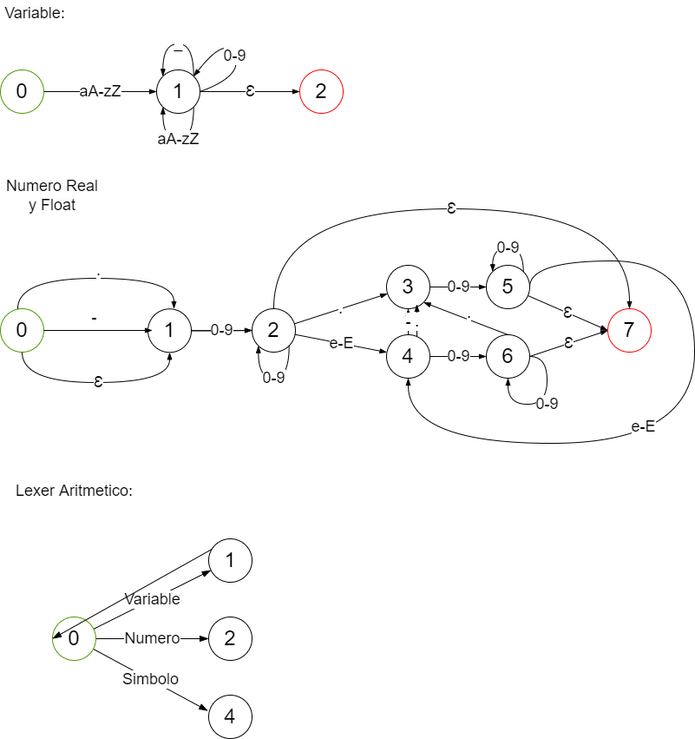
Above: DFA.drawio.png in Naiztu/AFD (draw.io), before the change. Source tidied: cells renumbered, new cells last; positions are measured from the earlier drawing's top-left corner, leaving out a move shared by most shapes.
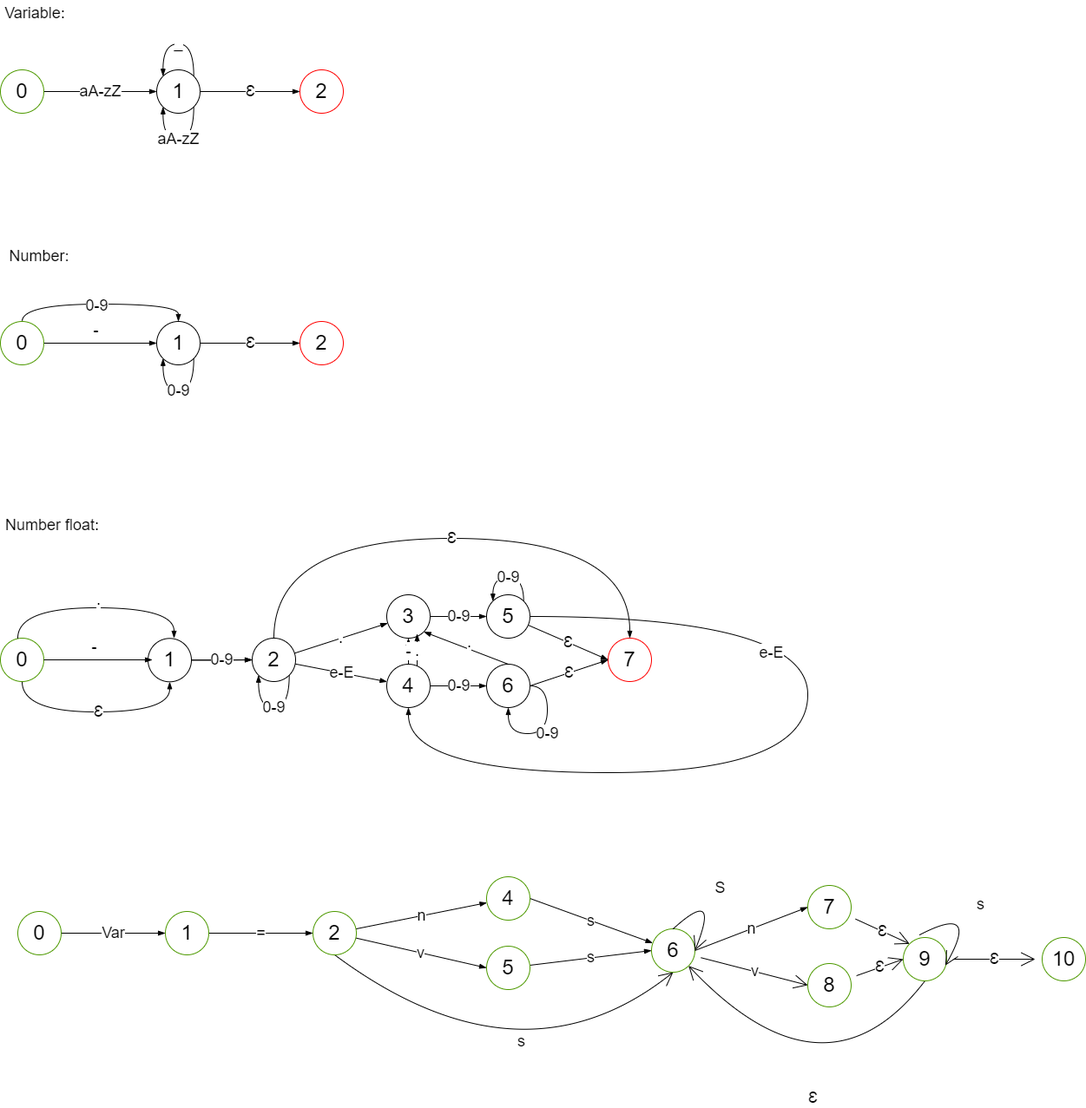
Later version of the same file.

The edit, as a diff of the source:
```diff
@@ -6,7 +6,7 @@
       <mxGeometry relative="1" as="geometry" />
     </mxCell>
     <mxCell id="3" value="0" style="ellipse;whiteSpace=wrap;html=1;fontSize=24;strokeColor=#4D9900;" parent="1" vertex="1">
-      <mxGeometry y="80" width="50" height="50" as="geometry" />
+      <mxGeometry y="-300" width="50" height="50" as="geometry" />
     </mxCell>
     <mxCell id="4" value="Ɛ" style="edgeStyle=orthogonalEdgeStyle;rounded=0;jettySize=auto;html=1;endArrow=blockThin;endFill=1;fontSize=18;" parent="1" edge="1" source="7" target="8">
       <mxGeometry relative="1" as="geometry" />
@@ -14,31 +14,57 @@
     <mxCell id="5" value="_" style="edgeStyle=orthogonalEdgeStyle;curved=1;rounded=0;orthogonalLoop=1;jettySize=auto;html=1;exitX=1;exitY=0;exitDx=0;exitDy=0;entryX=0;entryY=0;entryDx=0;entryDy=0;endArrow=blockThin;endFill=1;fontSize=18;" parent="1" edge="1" source="7" target="7">
       <mxGeometry relative="1" as="geometry">
         <Array as="points">
-          <mxPoint x="223" y="50" />
-          <mxPoint x="187" y="50" />
+          <mxPoint x="223" y="-330" />
+          <mxPoint x="187" y="-330" />
         </Array>
       </mxGeometry>
     </mxCell>
     <mxCell id="6" value="aA-zZ" style="edgeStyle=orthogonalEdgeStyle;curved=1;rounded=0;orthogonalLoop=1;jettySize=auto;html=1;exitX=1;exitY=1;exitDx=0;exitDy=0;entryX=0;entryY=1;entryDx=0;entryDy=0;endArrow=blockThin;endFill=1;fontSize=18;" parent="1" edge="1" source="7" target="7">
       <mxGeometry relative="1" as="geometry">
         <Array as="points">
-          <mxPoint x="223" y="160" />
-          <mxPoint x="187" y="160" />
+          <mxPoint x="223" y="-220" />
+          <mxPoint x="187" y="-220" />
         </Array>
       </mxGeometry>
     </mxCell>
     <mxCell id="7" value="1" style="ellipse;whiteSpace=wrap;html=1;fontSize=24;" parent="1" vertex="1">
-      <mxGeometry x="180" y="80" width="50" height="50" as="geometry" />
+      <mxGeometry x="180" y="-300" width="50" height="50" as="geometry" />
     </mxCell>
     <mxCell id="8" value="2" style="ellipse;whiteSpace=wrap;html=1;fontSize=24;strokeColor=#FF0000;" parent="1" vertex="1">
-      <mxGeometry x="345" y="80" width="50" height="50" as="geometry" />
+      <mxGeometry x="345" y="-300" width="50" height="50" as="geometry" />
     </mxCell>
     <mxCell id="9" value="Variable:" style="text;html=1;strokeColor=none;fillColor=none;align=center;verticalAlign=middle;whiteSpace=wrap;rounded=0;fontSize=18;" parent="1" vertex="1">
-      <mxGeometry x="10" width="60" height="30" as="geometry" />
+      <mxGeometry x="10" y="-380" width="60" height="30" as="geometry" />
     </mxCell>
+    <mxCell id="53" value="Number:" style="text;html=1;strokeColor=none;fillColor=none;align=center;verticalAlign=middle;whiteSpace=wrap;rounded=0;fontSize=18;" parent="1" vertex="1">
+      <mxGeometry y="-100" width="90" height="30" as="geometry" />
+    </mxCell>
-    <mxCell id="10" value="Numero Real y Float" style="text;html=1;strokeColor=none;fillColor=none;align=center;verticalAlign=middle;whiteSpace=wrap;rounded=0;fontSize=18;" parent="1" vertex="1">
+    <mxCell id="10" value="Number float:" style="text;html=1;strokeColor=none;fillColor=none;align=center;verticalAlign=middle;whiteSpace=wrap;rounded=0;fontSize=18;" parent="1" vertex="1">
       <mxGeometry y="210" width="120" height="30" as="geometry" />
     </mxCell>
+    <mxCell id="54" value="-" style="edgeStyle=orthogonalEdgeStyle;rounded=0;jettySize=auto;html=1;endArrow=blockThin;endFill=1;fontSize=18;" parent="1" edge="1" source="57" target="49">
+      <mxGeometry x="-0.08" y="15" relative="1" as="geometry" />
+    </mxCell>
+    <mxCell id="55" value="0-9" style="edgeStyle=orthogonalEdgeStyle;curved=1;rounded=0;jettySize=auto;html=1;exitX=0.5;exitY=0;exitDx=0;exitDy=0;entryX=0.5;entryY=0;entryDx=0;entryDy=0;endArrow=blockThin;endFill=1;" parent="1" edge="1" source="57" target="49">
+      <mxGeometry relative="1" as="geometry" />
+    </mxCell>
+    <mxCell id="56" value="0-9" style="edgeLabel;html=1;align=center;verticalAlign=middle;fontSize=18;" parent="55" vertex="1">
+      <mxGeometry x="0.46" y="-1" relative="1" as="geometry">
+        <mxPoint x="-56" as="offset" />
+      </mxGeometry>
+    </mxCell>
+    <mxCell id="57" value="0" style="ellipse;whiteSpace=wrap;html=1;fontSize=24;strokeColor=#4D9900;" parent="1" vertex="1">
+      <mxGeometry y="-10" width="50" height="50" as="geometry" />
+    </mxCell>
+    <mxCell id="58" value="Ɛ" style="edgeStyle=orthogonalEdgeStyle;rounded=0;jettySize=auto;html=1;endArrow=blockThin;endFill=1;fontSize=18;" parent="1" edge="1" source="49" target="59">
+      <mxGeometry relative="1" as="geometry" />
+    </mxCell>
+    <mxCell id="49" value="1" style="ellipse;whiteSpace=wrap;html=1;fontSize=24;" parent="1" vertex="1">
+      <mxGeometry x="180" y="-10" width="50" height="50" as="geometry" />
+    </mxCell>
+    <mxCell id="59" value="2" style="ellipse;whiteSpace=wrap;html=1;fontSize=24;labelBorderColor=none;strokeColor=#FF0000;" parent="1" vertex="1">
+      <mxGeometry x="345" y="-10" width="50" height="50" as="geometry" />
+    </mxCell>
     <mxCell id="11" style="edgeStyle=orthogonalEdgeStyle;curved=1;rounded=0;jettySize=auto;html=1;exitX=0.5;exitY=1;exitDx=0;exitDy=0;entryX=0.5;entryY=1;entryDx=0;entryDy=0;fontSize=18;endArrow=blockThin;endFill=1;" parent="1" edge="1" source="13" target="37">
       <mxGeometry relative="1" as="geometry">
         <Array as="points">
@@ -111,20 +137,17 @@
     <mxCell id="26" value="Ɛ" style="edgeStyle=none;rounded=0;jettySize=auto;html=1;fontSize=18;endArrow=blockThin;endFill=1;entryX=0;entryY=0.5;entryDx=0;entryDy=0;" parent="1" edge="1" source="29" target="34">
       <mxGeometry relative="1" as="geometry" />
     </mxCell>
-    <mxCell id="27" style="edgeStyle=orthogonalEdgeStyle;curved=1;rounded=0;jettySize=auto;html=1;entryX=0.5;entryY=1;entryDx=0;entryDy=0;fontSize=18;endArrow=blockThin;endFill=1;exitX=1;exitY=0.5;exitDx=0;exitDy=0;" parent="1" edge="1" source="29" target="24">
+    <mxCell id="27" style="edgeStyle=orthogonalEdgeStyle;curved=1;rounded=0;jettySize=auto;html=1;entryX=0.5;entryY=1;entryDx=0;entryDy=0;fontSize=18;endArrow=blockThin;endFill=1;" parent="1" edge="1" source="29" target="24">
       <mxGeometry relative="1" as="geometry">
         <Array as="points">
-          <mxPoint x="610" y="300" />
-          <mxPoint x="800" y="300" />
-          <mxPoint x="800" y="510" />
+          <mxPoint x="930" y="330" />
+          <mxPoint x="930" y="510" />
           <mxPoint x="470" y="510" />
         </Array>
       </mxGeometry>
     </mxCell>
     <mxCell id="28" value="e-E" style="edgeLabel;html=1;align=center;verticalAlign=middle;fontSize=18;" parent="27" vertex="1">
-      <mxGeometry x="-0.46" y="-41" relative="1" as="geometry">
-        <mxPoint x="-19" y="186" as="offset" />
-      </mxGeometry>
+      <mxGeometry x="-0.46" y="-41" relative="1" as="geometry" />
     </mxCell>
     <mxCell id="29" value="5" style="ellipse;whiteSpace=wrap;html=1;fontSize=24;labelBorderColor=none;strokeColor=#000000;" parent="1" vertex="1">
       <mxGeometry x="560" y="305" width="50" height="50" as="geometry" />
@@ -180,56 +203,108 @@
         <mxPoint x="-56" y="-11" as="offset" />
       </mxGeometry>
     </mxCell>
+    <mxCell id="60" value="0-9" style="edgeStyle=orthogonalEdgeStyle;curved=1;rounded=0;orthogonalLoop=1;jettySize=auto;html=1;exitX=1;exitY=1;exitDx=0;exitDy=0;entryX=0;entryY=1;entryDx=0;entryDy=0;endArrow=blockThin;endFill=1;fontSize=18;" parent="1" edge="1">
+      <mxGeometry relative="1" as="geometry">
+        <mxPoint x="222.7" y="32.7" as="sourcePoint" />
+        <mxPoint x="187.3" y="32.7" as="targetPoint" />
+        <Array as="points">
+          <mxPoint x="223" y="70" />
+          <mxPoint x="187" y="70" />
+        </Array>
+      </mxGeometry>
+    </mxCell>
+    <mxCell id="61" value="Var" style="edgeStyle=orthogonalEdgeStyle;curved=1;rounded=0;jettySize=auto;html=1;exitX=1;exitY=0.5;exitDx=0;exitDy=0;entryX=0;entryY=0.5;entryDx=0;entryDy=0;fontSize=18;endArrow=blockThin;endFill=1;" parent="1" edge="1" source="62" target="64">
+      <mxGeometry relative="1" as="geometry" />
+    </mxCell>
+    <mxCell id="62" value="0" style="ellipse;whiteSpace=wrap;html=1;fontSize=24;strokeColor=#4D9900;" parent="1" vertex="1">
+      <mxGeometry x="20" y="670" width="50" height="50" as="geometry" />
+    </mxCell>
+    <mxCell id="63" value="=" style="edgeStyle=orthogonalEdgeStyle;curved=1;rounded=0;jettySize=auto;html=1;fontSize=18;endArrow=blockThin;endFill=1;" parent="1" edge="1" source="64">
+      <mxGeometry relative="1" as="geometry">
+        <mxPoint x="360" y="695" as="targetPoint" />
+      </mxGeometry>
+    </mxCell>
+    <mxCell id="64" value="1" style="ellipse;whiteSpace=wrap;html=1;fontSize=24;strokeColor=#4D9900;" parent="1" vertex="1">
+      <mxGeometry x="190" y="670" width="50" height="50" as="geometry" />
+    </mxCell>
+    <mxCell id="65" value="n" style="edgeStyle=none;rounded=0;jettySize=auto;html=1;fontSize=18;endArrow=blockThin;endFill=1;" parent="1" edge="1" source="67" target="52">
+      <mxGeometry relative="1" as="geometry" />
+    </mxCell>
+    <mxCell id="66" value="v" style="edgeStyle=none;rounded=0;jettySize=auto;html=1;entryX=0;entryY=0.5;entryDx=0;entryDy=0;fontSize=18;endArrow=blockThin;endFill=1;" parent="1" edge="1" source="67" target="72">
+      <mxGeometry relative="1" as="geometry" />
+    </mxCell>
-    <mxCell id="41" value="s" style="edgeStyle=none;curved=1;rounded=0;orthogonalLoop=1;jettySize=auto;html=1;exitX=0.5;exitY=1;exitDx=0;exitDy=0;entryX=0.5;entryY=1;entryDx=0;entryDy=0;endArrow=open;startSize=14;endSize=14;sourcePerimeterSpacing=8;targetPerimeterSpacing=8;fontSize=18;" parent="1" edge="1">
+    <mxCell id="41" value="s" style="edgeStyle=none;curved=1;rounded=0;jettySize=auto;html=1;exitX=0.5;exitY=1;exitDx=0;exitDy=0;entryX=0.5;entryY=1;entryDx=0;entryDy=0;endArrow=open;startSize=14;endSize=14;sourcePerimeterSpacing=8;targetPerimeterSpacing=8;fontSize=18;" parent="1" edge="1" source="67" target="70">
       <mxGeometry x="0.24" y="47" relative="1" as="geometry">
-        <mxPoint x="385" y="1100" as="sourcePoint" />
         <Array as="points">
-          <mxPoint x="600" y="1260" />
+          <mxPoint x="600" y="880" />
         </Array>
       </mxGeometry>
     </mxCell>
+    <mxCell id="67" value="2" style="ellipse;whiteSpace=wrap;html=1;fontSize=24;strokeColor=#4D9900;" parent="1" vertex="1">
+      <mxGeometry x="360" y="670" width="50" height="50" as="geometry" />
+    </mxCell>
+    <mxCell id="68" value="s" style="edgeStyle=none;rounded=0;jettySize=auto;html=1;exitX=1;exitY=0.5;exitDx=0;exitDy=0;fontSize=18;endArrow=blockThin;endFill=1;" parent="1" edge="1" source="52" target="70">
+      <mxGeometry relative="1" as="geometry" />
+    </mxCell>
+    <mxCell id="52" value="4" style="ellipse;whiteSpace=wrap;html=1;fontSize=24;strokeColor=#4D9900;" parent="1" vertex="1">
+      <mxGeometry x="560" y="630" width="50" height="50" as="geometry" />
+    </mxCell>
+    <mxCell id="69" value="v" style="edgeStyle=none;curved=1;rounded=0;jettySize=auto;html=1;entryX=0;entryY=0.5;entryDx=0;entryDy=0;fontSize=18;endArrow=open;startSize=14;endSize=14;sourcePerimeterSpacing=8;targetPerimeterSpacing=8;" parent="1" edge="1" source="70" target="78">
+      <mxGeometry relative="1" as="geometry" />
+    </mxCell>
+    <mxCell id="70" value="6" style="ellipse;whiteSpace=wrap;html=1;fontSize=24;strokeColor=#4D9900;" parent="1" vertex="1">
+      <mxGeometry x="750" y="690" width="50" height="50" as="geometry" />
+    </mxCell>
+    <mxCell id="71" value="s" style="edgeStyle=none;rounded=0;jettySize=auto;html=1;entryX=0;entryY=0.5;entryDx=0;entryDy=0;fontSize=18;endArrow=blockThin;endFill=1;" parent="1" edge="1" source="72" target="70">
+      <mxGeometry relative="1" as="geometry" />
+    </mxCell>
+    <mxCell id="72" value="5" style="ellipse;whiteSpace=wrap;html=1;fontSize=24;strokeColor=#4D9900;" parent="1" vertex="1">
+      <mxGeometry x="560" y="710" width="50" height="50" as="geometry" />
+    </mxCell>
+    <mxCell id="73" value="Ɛ" style="edgeStyle=none;curved=1;rounded=0;jettySize=auto;html=1;entryX=0;entryY=0;entryDx=0;entryDy=0;fontSize=18;endArrow=open;startSize=14;endSize=14;sourcePerimeterSpacing=8;targetPerimeterSpacing=8;" parent="1" edge="1" source="74" target="80">
+      <mxGeometry relative="1" as="geometry" />
+    </mxCell>
+    <mxCell id="74" value="7" style="ellipse;whiteSpace=wrap;html=1;fontSize=24;strokeColor=#4D9900;" parent="1" vertex="1">
+      <mxGeometry x="930" y="640" width="50" height="50" as="geometry" />
+    </mxCell>
+    <mxCell id="75" value="n" style="edgeStyle=none;rounded=0;jettySize=auto;html=1;exitX=1;exitY=0.5;exitDx=0;exitDy=0;fontSize=18;endArrow=blockThin;endFill=1;entryX=0;entryY=0.5;entryDx=0;entryDy=0;" parent="1" edge="1" source="70" target="74">
+      <mxGeometry relative="1" as="geometry" />
+    </mxCell>
+    <mxCell id="76" value="S" style="edgeStyle=none;curved=1;rounded=0;orthogonalLoop=1;jettySize=auto;html=1;endArrow=open;startSize=14;endSize=14;sourcePerimeterSpacing=8;targetPerimeterSpacing=8;exitX=0.5;exitY=0;exitDx=0;exitDy=0;entryX=1;entryY=0.5;entryDx=0;entryDy=0;fontSize=18;" parent="1" edge="1" source="70" target="70">
+      <mxGeometry relative="1" as="geometry">
+        <Array as="points">
+          <mxPoint x="830" y="640" />
+        </Array>
+      </mxGeometry>
+    </mxCell>
+    <mxCell id="77" value="Ɛ" style="edgeStyle=none;curved=1;rounded=0;jettySize=auto;html=1;entryX=0;entryY=0.5;entryDx=0;entryDy=0;fontSize=18;endArrow=open;startSize=14;endSize=14;sourcePerimeterSpacing=8;targetPerimeterSpacing=8;" parent="1" edge="1" source="78" target="80">
+      <mxGeometry relative="1" as="geometry" />
+    </mxCell>
+    <mxCell id="78" value="8" style="ellipse;whiteSpace=wrap;html=1;fontSize=24;strokeColor=#4D9900;" parent="1" vertex="1">
+      <mxGeometry x="930" y="730" width="50" height="50" as="geometry" />
+    </mxCell>
+    <mxCell id="79" value="Ɛ" style="edgeStyle=none;curved=1;rounded=0;jettySize=auto;html=1;fontSize=18;endArrow=open;startSize=14;endSize=14;sourcePerimeterSpacing=8;targetPerimeterSpacing=8;" parent="1" edge="1" source="80" target="82">
+      <mxGeometry relative="1" as="geometry" />
+    </mxCell>
-    <mxCell id="42" value="Ɛ" style="edgeStyle=none;curved=1;rounded=0;orthogonalLoop=1;jettySize=auto;html=1;exitX=0.5;exitY=1;exitDx=0;exitDy=0;entryX=1;entryY=1;entryDx=0;entryDy=0;fontSize=18;endArrow=open;startSize=14;endSize=14;sourcePerimeterSpacing=8;targetPerimeterSpacing=8;" parent="1" edge="1">
+    <mxCell id="42" value="Ɛ" style="edgeStyle=none;curved=1;rounded=0;jettySize=auto;html=1;exitX=0.5;exitY=1;exitDx=0;exitDy=0;entryX=1;entryY=1;entryDx=0;entryDy=0;fontSize=18;endArrow=open;startSize=14;endSize=14;sourcePerimeterSpacing=8;targetPerimeterSpacing=8;" parent="1" edge="1" source="80" target="70">
       <mxGeometry relative="1" as="geometry">
-        <mxPoint x="792.7" y="1112.7" as="targetPoint" />
         <Array as="points">
-          <mxPoint x="950" y="1280" />
+          <mxPoint x="950" y="900" />
         </Array>
       </mxGeometry>
     </mxCell>
-    <mxCell id="43" value="0-9" style="edgeStyle=none;curved=1;rounded=0;orthogonalLoop=1;jettySize=auto;html=1;exitX=1;exitY=0.5;exitDx=0;exitDy=0;entryX=1;entryY=0;entryDx=0;entryDy=0;endArrow=blockThin;endFill=1;startSize=6;endSize=6;sourcePerimeterSpacing=0;targetPerimeterSpacing=0;strokeWidth=1;fontSize=18;" parent="1" edge="1" source="7" target="7">
-      <mxGeometry x="-0.05" relative="1" as="geometry">
-        <Array as="points">
-          <mxPoint x="280" y="87" />
-          <mxPoint x="260" y="40" />
-        </Array>
-      </mxGeometry>
-    </mxCell>
-    <mxCell id="44" value="Variable" style="rounded=0;jettySize=auto;html=1;endArrow=blockThin;endFill=1;fontSize=18;endSize=8;startSize=8;" parent="1" edge="1" source="47" target="49">
-      <mxGeometry relative="1" as="geometry" />
-    </mxCell>
-    <mxCell id="45" value="Numero" style="edgeStyle=none;rounded=0;jettySize=auto;html=1;fontSize=18;endArrow=blockThin;startSize=8;endSize=8;sourcePerimeterSpacing=0;targetPerimeterSpacing=0;entryX=0;entryY=0.5;entryDx=0;entryDy=0;endFill=1;" parent="1" edge="1" source="47" target="51">
-      <mxGeometry relative="1" as="geometry" />
-    </mxCell>
-    <mxCell id="46" value="Simbolo" style="edgeStyle=none;rounded=0;jettySize=auto;html=1;entryX=-0.017;entryY=0.362;entryDx=0;entryDy=0;entryPerimeter=0;fontSize=18;endArrow=blockThin;startSize=8;endSize=8;sourcePerimeterSpacing=0;targetPerimeterSpacing=0;endFill=1;" parent="1" edge="1" source="47" target="52">
-      <mxGeometry relative="1" as="geometry" />
-    </mxCell>
-    <mxCell id="47" value="0" style="ellipse;whiteSpace=wrap;html=1;fontSize=24;strokeColor=#4D9900;" parent="1" vertex="1">
-      <mxGeometry x="60" y="710" width="50" height="50" as="geometry" />
-    </mxCell>
-    <mxCell id="48" style="edgeStyle=none;rounded=0;jettySize=auto;html=1;exitX=0.5;exitY=0;exitDx=0;exitDy=0;entryX=0;entryY=0.5;entryDx=0;entryDy=0;fontSize=18;endArrow=blockThin;endFill=1;startSize=8;endSize=8;sourcePerimeterSpacing=0;targetPerimeterSpacing=0;" parent="1" edge="1" source="49" target="47">
-      <mxGeometry relative="1" as="geometry" />
-    </mxCell>
-    <mxCell id="49" value="1" style="ellipse;whiteSpace=wrap;html=1;fontSize=24;" parent="1" vertex="1">
-      <mxGeometry x="240" y="620" width="50" height="50" as="geometry" />
-    </mxCell>
-    <mxCell id="50" value="Lexer Aritmetico:" style="text;html=1;align=center;verticalAlign=middle;strokeColor=none;fillColor=none;hachureGap=4;fontSize=18;" parent="1" vertex="1">
-      <mxGeometry x="10" y="550" width="150" height="30" as="geometry" />
-    </mxCell>
-    <mxCell id="51" value="2" style="ellipse;whiteSpace=wrap;html=1;fontSize=24;" parent="1" vertex="1">
-      <mxGeometry x="240" y="710" width="50" height="50" as="geometry" />
-    </mxCell>
-    <mxCell id="52" value="4" style="ellipse;whiteSpace=wrap;html=1;fontSize=24;" parent="1" vertex="1">
-      <mxGeometry x="240" y="800" width="50" height="50" as="geometry" />
-    </mxCell>
+    <mxCell id="80" value="9" style="ellipse;whiteSpace=wrap;html=1;fontSize=24;strokeColor=#4D9900;" parent="1" vertex="1">
+      <mxGeometry x="1040" y="700" width="50" height="50" as="geometry" />
+    </mxCell>
+    <mxCell id="81" value="s" style="edgeStyle=none;curved=1;rounded=0;orthogonalLoop=1;jettySize=auto;html=1;entryX=0.968;entryY=0.644;entryDx=0;entryDy=0;fontSize=18;endArrow=open;startSize=14;endSize=14;sourcePerimeterSpacing=8;targetPerimeterSpacing=8;entryPerimeter=0;exitX=0.376;exitY=-0.06;exitDx=0;exitDy=0;exitPerimeter=0;" parent="1" edge="1" source="80" target="80">
+      <mxGeometry relative="1" as="geometry">
+        <Array as="points">
+          <mxPoint x="1130" y="660" />
+        </Array>
+      </mxGeometry>
+    </mxCell>
+    <mxCell id="82" value="10" style="ellipse;whiteSpace=wrap;html=1;fontSize=24;strokeColor=#4D9900;" parent="1" vertex="1">
+      <mxGeometry x="1200" y="700" width="50" height="50" as="geometry" />
+    </mxCell>
   </root>
 </mxGraphModel>
```
